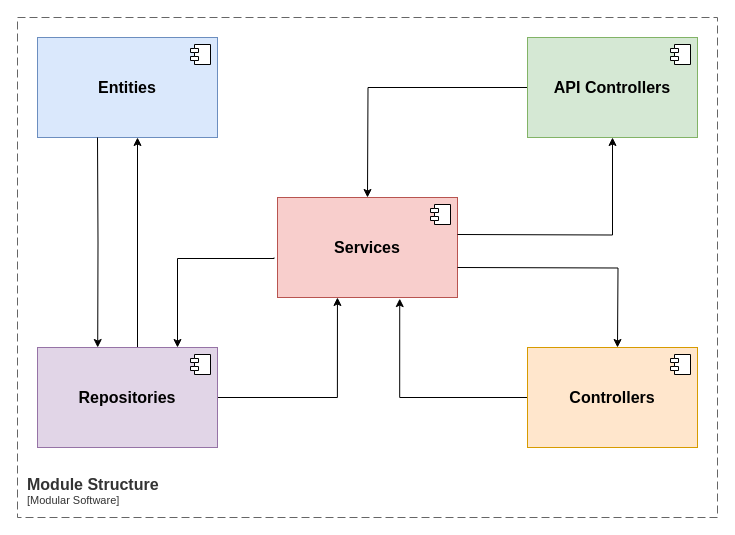
Before: page "Module Structure" (2 of 12) of docs/_diagrams/Golang-Modular-Software.drawio in ortizdavid/golang-modular-software, a draw.io diagram. Source tidied: cells renumbered, new cells numbered last; positions are measured from the earlier drawing's top-left corner, leaving out a move shared by most shapes. Both pictures are drawn from the tidied source at 100%, with x=0, y=0 at pixel (17, 17).
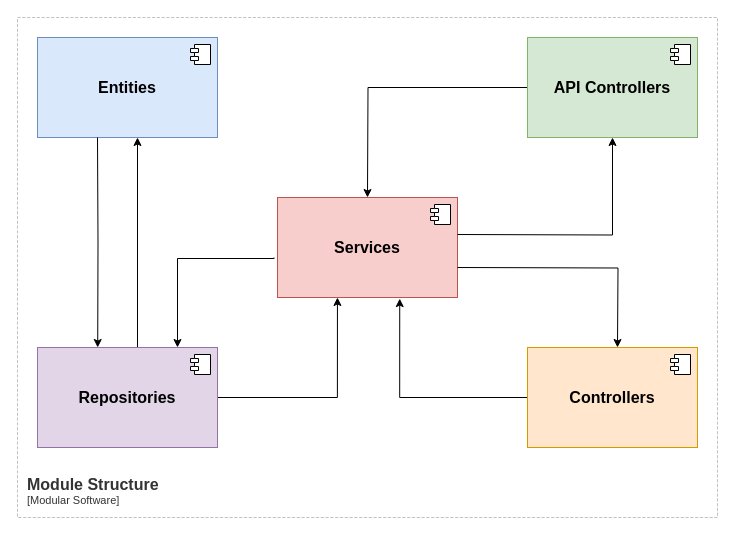
The same page after the edit.

The edit, as a diff of the source:
```diff
@@
     <object id="20" label="&lt;font style=&quot;font-size: 16px&quot;&gt;&lt;b&gt;&lt;div style=&quot;text-align: left&quot;&gt;%c4Name%&lt;/div&gt;&lt;/b&gt;&lt;/font&gt;&lt;div style=&quot;text-align: left&quot;&gt;[%c4Application%]&lt;/div&gt;" c4Application="Modular Software" c4Name="Module Structure" placeholders="1">
-      <mxCell style="rounded=0;fontSize=11;whiteSpace=wrap;html=1;dashed=1;arcSize=20;fillColor=none;strokeColor=#666666;fontColor=#333333;labelBackgroundColor=none;align=left;verticalAlign=bottom;labelBorderColor=none;spacingTop=0;spacing=10;dashPattern=8 4;perimeter=rectanglePerimeter;noLabel=0;labelPadding=0;absoluteArcSize=1;" parent="1" vertex="1">
+      <mxCell style="rounded=0;fontSize=11;whiteSpace=wrap;html=1;dashed=1;arcSize=20;fillColor=none;strokeColor=#666666;fontColor=#333333;labelBackgroundColor=none;align=left;verticalAlign=bottom;labelBorderColor=none;spacingTop=0;spacing=10;dashPattern=8 4;perimeter=rectanglePerimeter;noLabel=0;labelPadding=0;absoluteArcSize=1;strokeWidth=0.4;" parent="1" vertex="1">
         <mxGeometry width="700" height="500" as="geometry" />
       </mxCell>
     </object>
```
